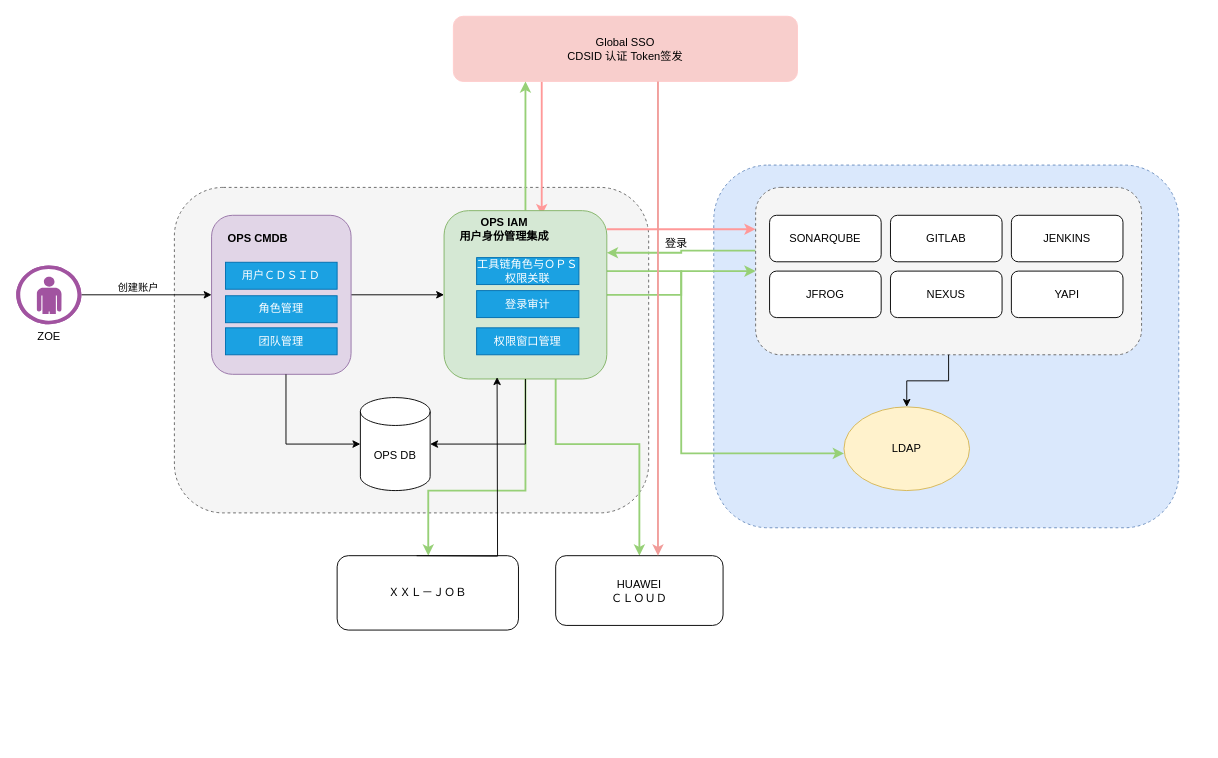
The draw.io diagram IAM统一认证.drawio in 463024907/draw.io, before the edit. Source tidied: cells renumbered, new cells numbered last; positions are measured from the earlier drawing's top-left corner, leaving out a move shared by most shapes. Both pictures are drawn from the tidied source at 93%, with x=0, y=0 at pixel (16, 16).
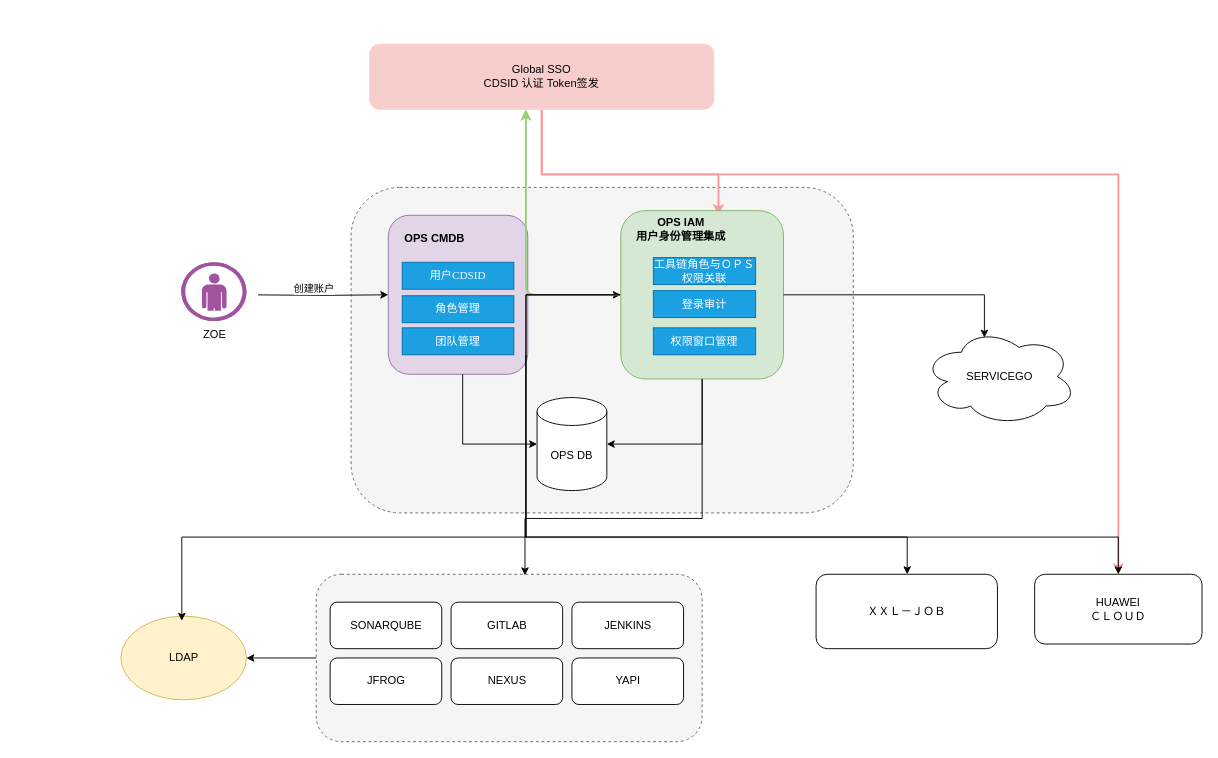
The same page after the edit.

Commit message:
更新IAM统一认证.drawio

Diff of the diagram source:
```diff
@@
-    <mxCell id="2" style="rounded=1;whiteSpace=wrap;html=1;dashed=1;fillColor=#dae8fc;strokeColor=#6c8ebf;" parent="1" vertex="1">
-      <mxGeometry x="750" y="160" width="500" height="390" as="geometry" />
-    </mxCell>
     <mxCell id="3" style="rounded=1;whiteSpace=wrap;html=1;dashed=1;fillColor=#f5f5f5;fontColor=#333333;strokeColor=#666666;" parent="1" vertex="1">
-      <mxGeometry x="170" y="184" width="510" height="350" as="geometry" />
+      <mxGeometry x="360" y="184" width="540" height="350" as="geometry" />
     </mxCell>
-    <mxCell id="4" style="edgeStyle=orthogonalEdgeStyle;rounded=0;jettySize=auto;html=1;entryX=1;entryY=0.25;entryDx=0;entryDy=0;strokeColor=#97D077;strokeWidth=2;" parent="1" edge="1" source="5" target="17">
-      <mxGeometry relative="1" as="geometry">
-        <Array as="points">
-          <mxPoint x="715" y="252" />
-        </Array>
-      </mxGeometry>
-    </mxCell>
+    <mxCell id="18" style="edgeStyle=orthogonalEdgeStyle;rounded=0;jettySize=auto;html=1;" parent="1" edge="1" source="5" target="31">
+      <mxGeometry relative="1" as="geometry" />
+    </mxCell>
     <mxCell id="5" style="rounded=1;whiteSpace=wrap;html=1;dashed=1;fillColor=#f5f5f5;fontColor=#333333;strokeColor=#666666;" parent="1" vertex="1">
-      <mxGeometry x="795" y="184" width="415" height="180" as="geometry" />
+      <mxGeometry x="322.5" y="600" width="415" height="180" as="geometry" />
     </mxCell>
     <mxCell id="6" value="GITLAB" style="rounded=1;whiteSpace=wrap;html=1;" parent="1" vertex="1">
-      <mxGeometry x="940" y="214" width="120" height="50" as="geometry" />
+      <mxGeometry x="467.5" y="630" width="120" height="50" as="geometry" />
     </mxCell>
     <mxCell id="7" style="edgeStyle=orthogonalEdgeStyle;rounded=0;jettySize=auto;html=1;entryX=0.75;entryY=0;entryDx=0;entryDy=0;strokeColor=#FF9999;strokeWidth=2;" parent="1" edge="1" source="8" target="38">
       <mxGeometry relative="1" as="geometry">
         <Array as="points">
-          <mxPoint x="565" y="110" />
-          <mxPoint x="565" y="110" />
+          <mxPoint x="565" y="170" />
+          <mxPoint x="755" y="170" />
         </Array>
       </mxGeometry>
     </mxCell>
+    <mxCell id="44" style="edgeStyle=orthogonalEdgeStyle;rounded=0;jettySize=auto;html=1;entryX=0.5;entryY=0;entryDx=0;entryDy=0;strokeColor=#FF9999;strokeWidth=2;" parent="1" edge="1" source="8" target="24">
+      <mxGeometry relative="1" as="geometry">
+        <Array as="points">
+          <mxPoint x="565" y="170" />
+          <mxPoint x="1185" y="170" />
+        </Array>
+      </mxGeometry>
+    </mxCell>
     <mxCell id="8" value="Global SSO&lt;br&gt;CDSID 认证 Token签发" style="rounded=1;whiteSpace=wrap;html=1;fillColor=#F8CECC;strokeColor=#FFCCCC;" parent="1" vertex="1">
-      <mxGeometry x="470" width="370" height="70" as="geometry" />
+      <mxGeometry x="380" y="30" width="370" height="70" as="geometry" />
     </mxCell>
@@
     <mxCell id="10" style="rounded=1;whiteSpace=wrap;html=1;fillColor=#e1d5e7;strokeColor=#9673a6;" parent="1" vertex="1">
-      <mxGeometry x="210" y="214" width="150" height="171" as="geometry" />
+      <mxGeometry x="400" y="214" width="150" height="171" as="geometry" />
     </mxCell>
-    <mxCell id="11" style="edgeStyle=orthogonalEdgeStyle;rounded=0;jettySize=auto;html=1;strokeColor=#97D077;strokeWidth=2;" parent="1" edge="1" source="17" target="5">
-      <mxGeometry relative="1" as="geometry" />
-    </mxCell>
@@
-    <mxCell id="13" style="edgeStyle=orthogonalEdgeStyle;rounded=0;jettySize=auto;html=1;entryX=0;entryY=0.5;entryDx=0;entryDy=0;strokeColor=#97D077;strokeWidth=2;" parent="1" edge="1" source="17">
-      <mxGeometry relative="1" as="geometry">
-        <mxPoint x="890" y="470" as="targetPoint" />
-        <Array as="points">
-          <mxPoint x="715" y="274" />
-          <mxPoint x="715" y="470" />
-        </Array>
-      </mxGeometry>
-    </mxCell>
+    <mxCell id="15" style="edgeStyle=orthogonalEdgeStyle;rounded=0;jettySize=auto;html=1;" parent="1" edge="1" source="17" target="42">
+      <mxGeometry relative="1" as="geometry">
+        <Array as="points">
+          <mxPoint x="548" y="560" />
+          <mxPoint x="958" y="560" />
+        </Array>
+      </mxGeometry>
+    </mxCell>
-    <mxCell id="14" style="edgeStyle=orthogonalEdgeStyle;rounded=0;jettySize=auto;html=1;strokeWidth=2;strokeColor=#97D077;" parent="1" edge="1" source="17" target="24">
+    <mxCell id="14" style="edgeStyle=orthogonalEdgeStyle;rounded=0;jettySize=auto;html=1;" parent="1" edge="1" source="17" target="24">
       <mxGeometry relative="1" as="geometry">
         <Array as="points">
-          <mxPoint x="580" y="460" />
-          <mxPoint x="670" y="460" />
+          <mxPoint x="548" y="560" />
+          <mxPoint x="1185" y="560" />
         </Array>
       </mxGeometry>
     </mxCell>
-    <mxCell id="15" style="edgeStyle=orthogonalEdgeStyle;rounded=0;jettySize=auto;html=1;strokeColor=#97D077;strokeWidth=2;" parent="1" edge="1" source="17" target="42">
-      <mxGeometry relative="1" as="geometry">
-        <Array as="points">
-          <mxPoint x="548" y="510" />
-          <mxPoint x="443" y="510" />
-        </Array>
-      </mxGeometry>
-    </mxCell>
-    <mxCell id="16" style="edgeStyle=orthogonalEdgeStyle;rounded=0;jettySize=auto;html=1;entryX=0;entryY=0.25;entryDx=0;entryDy=0;strokeColor=#FF9999;strokeWidth=2;" parent="1" edge="1" source="17" target="5">
-      <mxGeometry relative="1" as="geometry">
-        <Array as="points">
-          <mxPoint x="670" y="229" />
-          <mxPoint x="670" y="229" />
-        </Array>
-      </mxGeometry>
-    </mxCell>
     <mxCell id="17" style="rounded=1;whiteSpace=wrap;html=1;fillColor=#d5e8d4;strokeColor=#82b366;gradientColor=none;" parent="1" vertex="1">
-      <mxGeometry x="460" y="209" width="175" height="181" as="geometry" />
+      <mxGeometry x="650" y="209" width="175" height="181" as="geometry" />
     </mxCell>
-    <mxCell id="18" style="edgeStyle=orthogonalEdgeStyle;rounded=0;jettySize=auto;html=1;exitX=0.5;exitY=1;exitDx=0;exitDy=0;strokeColor=#000000;" parent="1" edge="1" source="5" target="31">
-      <mxGeometry relative="1" as="geometry" />
-    </mxCell>
     <mxCell id="19" value="NEXUS" style="rounded=1;whiteSpace=wrap;html=1;" parent="1" vertex="1">
-      <mxGeometry x="940" y="274" width="120" height="50" as="geometry" />
+      <mxGeometry x="467.5" y="690" width="120" height="50" as="geometry" />
     </mxCell>
     <mxCell id="20" value="JFROG" style="rounded=1;whiteSpace=wrap;html=1;" parent="1" vertex="1">
-      <mxGeometry x="810" y="274" width="120" height="50" as="geometry" />
+      <mxGeometry x="337.5" y="690" width="120" height="50" as="geometry" />
     </mxCell>
     <mxCell id="21" value="JENKINS" style="rounded=1;whiteSpace=wrap;html=1;" parent="1" vertex="1">
-      <mxGeometry x="1070" y="214" width="120" height="50" as="geometry" />
+      <mxGeometry x="597.5" y="630" width="120" height="50" as="geometry" />
     </mxCell>
     <mxCell id="22" value="SONARQUBE" style="rounded=1;whiteSpace=wrap;html=1;" parent="1" vertex="1">
-      <mxGeometry x="810" y="214" width="120" height="50" as="geometry" />
+      <mxGeometry x="337.5" y="630" width="120" height="50" as="geometry" />
     </mxCell>
     <mxCell id="23" value="YAPI" style="rounded=1;whiteSpace=wrap;html=1;" parent="1" vertex="1">
-      <mxGeometry x="1070" y="274" width="120" height="50" as="geometry" />
+      <mxGeometry x="597.5" y="690" width="120" height="50" as="geometry" />
     </mxCell>
     <mxCell id="24" value="HUAWEI&lt;br&gt;ＣＬＯＵＤ" style="rounded=1;whiteSpace=wrap;html=1;" parent="1" vertex="1">
-      <mxGeometry x="580" y="580" width="180" height="75" as="geometry" />
+      <mxGeometry x="1095" y="600" width="180" height="75" as="geometry" />
     </mxCell>
-    <mxCell id="25" style="edgeStyle=orthogonalEdgeStyle;rounded=0;jettySize=auto;html=1;" parent="1" edge="1" source="27" target="10">
-      <mxGeometry relative="1" as="geometry" />
+    <mxCell id="25" style="edgeStyle=orthogonalEdgeStyle;rounded=0;jettySize=auto;html=1;" parent="1" edge="1" target="10">
+      <mxGeometry relative="1" as="geometry">
+        <mxPoint x="260" y="299.6" as="sourcePoint" />
+      </mxGeometry>
     </mxCell>
@@
     <mxCell id="27" value="ZOE" style="verticalLabelPosition=bottom;sketch=0;html=1;fillColor=#A153A0;strokeColor=#ffffff;verticalAlign=top;align=center;points=[[0,0.5,0],[0.125,0.25,0],[0.25,0,0],[0.5,0,0],[0.75,0,0],[0.875,0.25,0],[1,0.5,0],[0.875,0.75,0],[0.75,1,0],[0.5,1,0],[0.125,0.75,0]];shape=mxgraph.cisco_safe.compositeIcon;bgIcon=ellipse;resIcon=mxgraph.cisco_safe.design.user;" parent="1" vertex="1">
-      <mxGeometry y="267.9" width="70" height="63.2" as="geometry" />
+      <mxGeometry x="177.5" y="264.5" width="70" height="63.2" as="geometry" />
     </mxCell>
     <mxCell id="28" value="OPS DB" style="shape=cylinder3;whiteSpace=wrap;html=1;boundedLbl=1;backgroundOutline=1;size=15;" parent="1" vertex="1">
-      <mxGeometry x="370" y="410" width="75" height="100" as="geometry" />
+      <mxGeometry x="560" y="410" width="75" height="100" as="geometry" />
     </mxCell>
     <mxCell id="29" style="edgeStyle=orthogonalEdgeStyle;rounded=0;jettySize=auto;html=1;entryX=0;entryY=0.5;entryDx=0;entryDy=0;entryPerimeter=0;" parent="1" edge="1" source="10" target="28">
       <mxGeometry relative="1" as="geometry">
         <Array as="points">
-          <mxPoint x="290" y="460" />
+          <mxPoint x="480" y="460" />
         </Array>
       </mxGeometry>
     </mxCell>
     <mxCell id="30" style="edgeStyle=orthogonalEdgeStyle;rounded=0;jettySize=auto;html=1;entryX=1;entryY=0.5;entryDx=0;entryDy=0;entryPerimeter=0;" parent="1" edge="1" source="17" target="28">
       <mxGeometry relative="1" as="geometry">
         <Array as="points">
-          <mxPoint x="548" y="460" />
+          <mxPoint x="738" y="460" />
         </Array>
       </mxGeometry>
     </mxCell>
     <mxCell id="31" value="LDAP" style="ellipse;whiteSpace=wrap;html=1;fillColor=#fff2cc;strokeColor=#d6b656;" parent="1" vertex="1">
-      <mxGeometry x="890" y="420" width="135" height="90" as="geometry" />
+      <mxGeometry x="112.5" y="645" width="135" height="90" as="geometry" />
     </mxCell>
-    <mxCell id="32" value="登录" style="text;html=1;strokeColor=none;fillColor=none;align=center;verticalAlign=middle;whiteSpace=wrap;rounded=0;" parent="1" vertex="1">
-      <mxGeometry x="680" y="230" width="60" height="30" as="geometry" />
-    </mxCell>
-    <mxCell id="33" style="edgeStyle=orthogonalEdgeStyle;rounded=1;jettySize=auto;html=1;strokeColor=#F19C99;strokeWidth=2;" parent="1" edge="1" target="24">
-      <mxGeometry relative="1" as="geometry">
-        <mxPoint x="690" y="70" as="sourcePoint" />
-        <Array as="points">
-          <mxPoint x="690" y="380" />
-          <mxPoint x="690" y="380" />
-        </Array>
-      </mxGeometry>
-    </mxCell>
     <mxCell id="34" value="&lt;b&gt;OPS CMDB&lt;/b&gt;" style="text;html=1;strokeColor=none;fillColor=none;align=center;verticalAlign=middle;whiteSpace=wrap;rounded=0;" parent="1" vertex="1">
-      <mxGeometry x="210" y="224" width="100" height="30" as="geometry" />
+      <mxGeometry x="400" y="224" width="100" height="30" as="geometry" />
     </mxCell>
-    <mxCell id="35" value="&lt;div style=&quot;&quot;&gt;&lt;span style=&quot;font-family: Garamond; background-color: initial;&quot;&gt;用户ＣＤＳＩＤ&lt;/span&gt;&lt;/div&gt;" style="rounded=0;whiteSpace=wrap;html=1;fillColor=#1ba1e2;fontColor=#ffffff;strokeColor=#006EAF;align=center;" parent="1" vertex="1">
-      <mxGeometry x="225" y="264.5" width="120" height="29" as="geometry" />
+    <mxCell id="35" value="&lt;div style=&quot;&quot;&gt;&lt;span style=&quot;font-family: Garamond; background-color: initial;&quot;&gt;用户CDSID&lt;/span&gt;&lt;/div&gt;" style="rounded=0;whiteSpace=wrap;html=1;fillColor=#1ba1e2;fontColor=#ffffff;strokeColor=#006EAF;align=center;" parent="1" vertex="1">
+      <mxGeometry x="415" y="264.5" width="120" height="29" as="geometry" />
     </mxCell>
     <mxCell id="36" value="角色管理" style="rounded=0;whiteSpace=wrap;html=1;fillColor=#1ba1e2;fontColor=#ffffff;strokeColor=#006EAF;" parent="1" vertex="1">
-      <mxGeometry x="225" y="300.5" width="120" height="29" as="geometry" />
+      <mxGeometry x="415" y="300.5" width="120" height="29" as="geometry" />
     </mxCell>
     <mxCell id="37" value="团队管理" style="rounded=0;whiteSpace=wrap;html=1;fillColor=#1ba1e2;fontColor=#ffffff;strokeColor=#006EAF;" parent="1" vertex="1">
-      <mxGeometry x="225" y="335" width="120" height="29" as="geometry" />
+      <mxGeometry x="415" y="335" width="120" height="29" as="geometry" />
     </mxCell>
     <mxCell id="38" value="&lt;b&gt;OPS IAM&lt;br style=&quot;border-color: var(--border-color);&quot;&gt;用户身份管理集成&lt;/b&gt;" style="text;html=1;strokeColor=none;fillColor=none;align=center;verticalAlign=middle;whiteSpace=wrap;rounded=0;" parent="1" vertex="1">
-      <mxGeometry x="445" y="214" width="160" height="30" as="geometry" />
+      <mxGeometry x="635" y="214" width="160" height="30" as="geometry" />
     </mxCell>
     <mxCell id="39" value="&lt;div style=&quot;&quot;&gt;&lt;font face=&quot;Garamond&quot;&gt;工具链角色与ＯＰＳ权限关联&lt;/font&gt;&lt;/div&gt;" style="rounded=0;whiteSpace=wrap;html=1;fillColor=#1ba1e2;fontColor=#ffffff;strokeColor=#006EAF;align=center;" parent="1" vertex="1">
-      <mxGeometry x="495" y="259.5" width="110" height="29" as="geometry" />
+      <mxGeometry x="685" y="259.5" width="110" height="29" as="geometry" />
     </mxCell>
     <mxCell id="40" value="&lt;div style=&quot;&quot;&gt;&lt;font face=&quot;Garamond&quot;&gt;登录审计&lt;/font&gt;&lt;/div&gt;" style="rounded=0;whiteSpace=wrap;html=1;fillColor=#1ba1e2;fontColor=#ffffff;strokeColor=#006EAF;align=center;" parent="1" vertex="1">
-      <mxGeometry x="495" y="295" width="110" height="29" as="geometry" />
+      <mxGeometry x="685" y="295" width="110" height="29" as="geometry" />
     </mxCell>
+    <mxCell id="45" style="edgeStyle=orthogonalEdgeStyle;rounded=0;orthogonalLoop=1;jettySize=auto;html=1;" parent="1" edge="1">
+      <mxGeometry relative="1" as="geometry">
+        <mxPoint x="548" y="364" as="sourcePoint" />
+        <mxPoint x="178" y="650" as="targetPoint" />
+        <Array as="points">
+          <mxPoint x="548" y="560" />
+          <mxPoint x="178" y="560" />
+        </Array>
+      </mxGeometry>
+    </mxCell>
     <mxCell id="41" value="&lt;div style=&quot;&quot;&gt;&lt;font face=&quot;Garamond&quot;&gt;权限窗口管理&lt;/font&gt;&lt;/div&gt;" style="rounded=0;whiteSpace=wrap;html=1;fillColor=#1ba1e2;fontColor=#ffffff;strokeColor=#006EAF;align=center;" parent="1" vertex="1">
-      <mxGeometry x="495" y="335" width="110" height="29" as="geometry" />
+      <mxGeometry x="685" y="335" width="110" height="29" as="geometry" />
     </mxCell>
     <mxCell id="42" value="ＸＸＬ－ＪＯＢ" style="rounded=1;whiteSpace=wrap;html=1;" parent="1" vertex="1">
-      <mxGeometry x="345" y="580" width="195" height="80" as="geometry" />
+      <mxGeometry x="860" y="600" width="195" height="80" as="geometry" />
     </mxCell>
-    <mxCell id="43" style="edgeStyle=orthogonalEdgeStyle;rounded=0;orthogonalLoop=1;jettySize=auto;html=1;entryX=0.394;entryY=0.989;entryDx=0;entryDy=0;entryPerimeter=0;" parent="1" edge="1">
-      <mxGeometry relative="1" as="geometry">
-        <mxPoint x="430.5" y="580" as="sourcePoint" />
-        <mxPoint x="517" y="388" as="targetPoint" />
-      </mxGeometry>
-    </mxCell>
+    <mxCell id="46" style="edgeStyle=orthogonalEdgeStyle;rounded=0;jettySize=auto;html=1;entryX=0.541;entryY=0.006;entryDx=0;entryDy=0;entryPerimeter=0;" parent="1" edge="1" source="17" target="5">
+      <mxGeometry relative="1" as="geometry">
+        <Array as="points">
+          <mxPoint x="738" y="540" />
+          <mxPoint x="547" y="540" />
+        </Array>
+      </mxGeometry>
+    </mxCell>
+    <mxCell id="47" value="SERVICEGO" style="ellipse;shape=cloud;whiteSpace=wrap;html=1;" parent="1" vertex="1">
+      <mxGeometry x="975" y="335" width="165" height="105" as="geometry" />
+    </mxCell>
+    <mxCell id="48" style="edgeStyle=orthogonalEdgeStyle;rounded=0;jettySize=auto;html=1;entryX=0.4;entryY=0.1;entryDx=0;entryDy=0;entryPerimeter=0;" parent="1" edge="1" source="17" target="47">
+      <mxGeometry relative="1" as="geometry">
+        <Array as="points">
+          <mxPoint x="1041" y="300" />
+        </Array>
+      </mxGeometry>
+    </mxCell>
```
